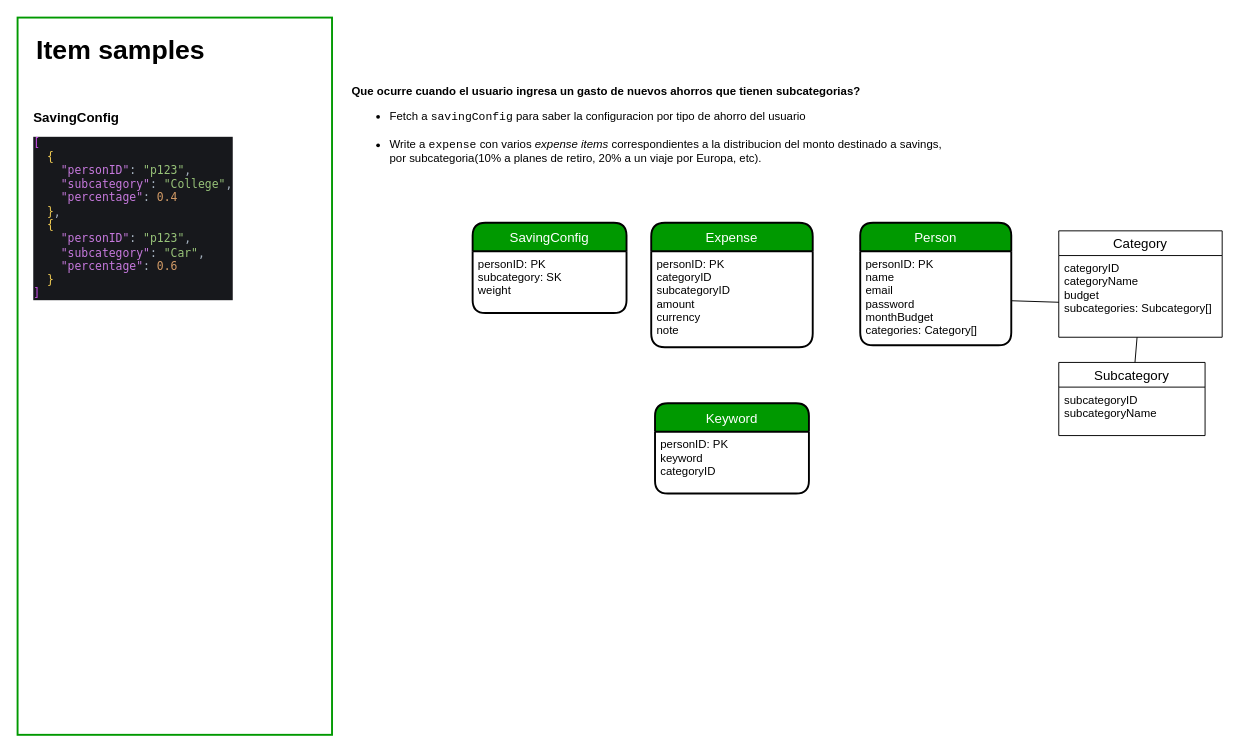
Before: money-diagrams.drawio in JoelD7/money, a draw.io diagram. Source tidied: cells renumbered, new cells numbered last; positions are measured from the earlier drawing's top-left corner, leaving out a move shared by most shapes. Both pictures are drawn from the tidied source at 95%, with x=0, y=0 at pixel (17, 17).
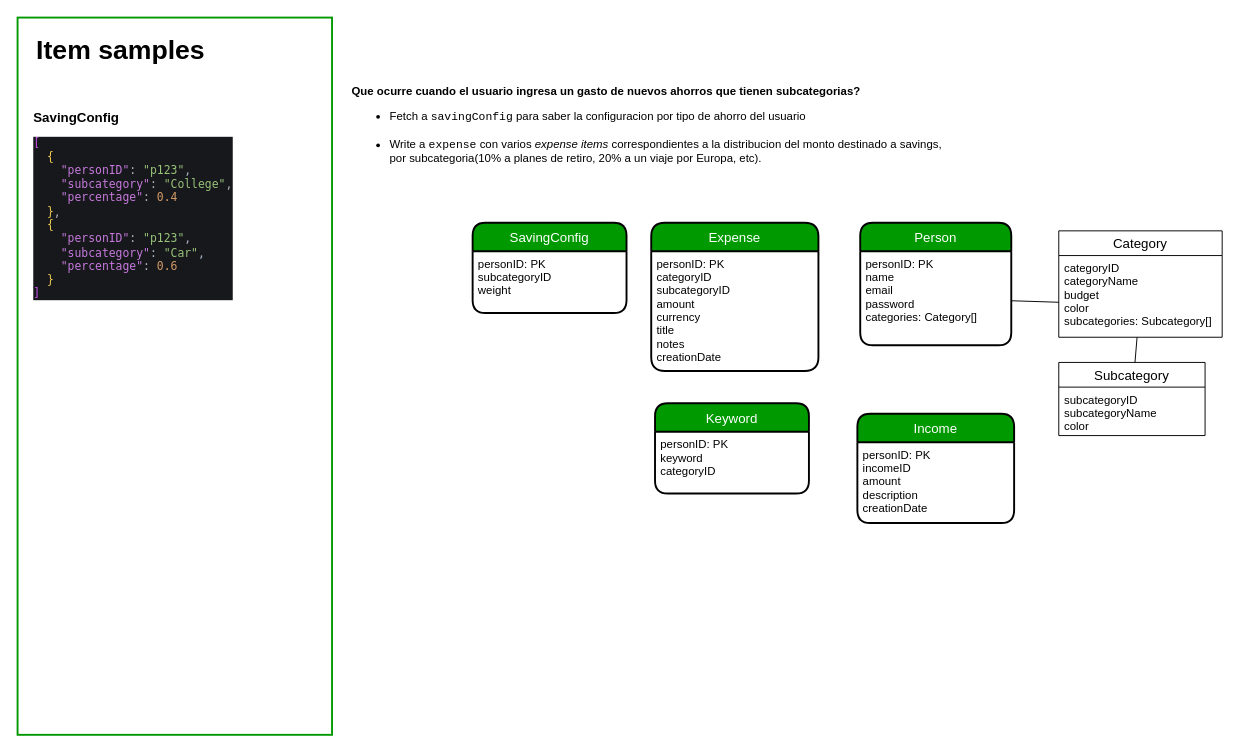
The same page after the edit.

Commit message:
Add Income entity to data model

The change refers to these unchanged cells:
```xml
<mxCell id="4" value="Person" style="swimlane;horizontal=1;startSize=30;rounded=1;fontSize=14;fontStyle=0;strokeWidth=2;shadow=0;dashed=0;align=center;fillColor=#009900;fontColor=#FFFFFF;" parent="1" vertex="1">
  <mxGeometry x="887" y="216" width="159" height="129" as="geometry" />
</mxCell>
<mxCell id="6" value="SavingConfig" style="swimlane;horizontal=1;startSize=30;rounded=1;fontSize=14;fontStyle=0;strokeWidth=2;shadow=0;dashed=0;align=center;fillColor=#009900;fontColor=#FFFFFF;" parent="1" vertex="1">
  <mxGeometry x="479" y="216" width="162" height="95" as="geometry" />
</mxCell>
<mxCell id="14" value="Category" style="swimlane;fontStyle=0;horizontal=1;startSize=26;align=center;fontSize=14;" parent="1" vertex="1">
  <mxGeometry x="1096" y="224.5" width="172" height="112" as="geometry" />
</mxCell>
<mxCell id="17" value="Subcategory" style="swimlane;fontStyle=0;horizontal=1;startSize=26;align=center;fontSize=14;" parent="1" vertex="1">
  <mxGeometry x="1096" y="363" width="154" height="77" as="geometry" />
</mxCell>
```

The edit, as a diff of the source:
```diff
@@
     <mxCell id="2" value="Expense" style="swimlane;horizontal=1;startSize=30;rounded=1;fontSize=14;fontStyle=0;strokeWidth=2;shadow=0;dashed=0;align=center;labelBackgroundColor=none;arcSize=16;labelBorderColor=none;swimlaneLine=1;swimlaneFillColor=none;gradientColor=none;gradientDirection=north;fillColor=#009900;fontColor=#FFFFFF;" parent="1" vertex="1">
-      <mxGeometry x="667" y="216" width="170" height="131" as="geometry" />
+      <mxGeometry x="667" y="216" width="176" height="156" as="geometry" />
     </mxCell>
-    <mxCell id="3" value="personID: PK&#10;categoryID&#10;subcategoryID&#10;amount&#10;currency&#10;note&#10;" style="align=left;strokeColor=none;fillColor=none;spacingLeft=4;fontSize=12;verticalAlign=top;" parent="2" vertex="1">
-      <mxGeometry y="30" width="170" height="101" as="geometry" />
+    <mxCell id="3" value="personID: PK&#10;categoryID&#10;subcategoryID&#10;amount&#10;currency&#10;title&#10;notes&#10;creationDate" style="align=left;strokeColor=none;fillColor=none;spacingLeft=4;fontSize=12;verticalAlign=top;" parent="2" vertex="1">
+      <mxGeometry y="30" width="176" height="126" as="geometry" />
     </mxCell>
@@
-    <mxCell id="5" value="personID: PK&#10;name&#10;email&#10;password&#10;monthBudget&#10;categories: Category[]" style="align=left;strokeColor=none;fillColor=none;spacingLeft=4;fontSize=12;verticalAlign=top;" parent="4" vertex="1">
+    <mxCell id="5" value="personID: PK&#10;name&#10;email&#10;password        &#10;categories: Category[]" style="align=left;strokeColor=none;fillColor=none;spacingLeft=4;fontSize=12;verticalAlign=top;" parent="4" vertex="1">
       <mxGeometry y="30" width="159" height="99" as="geometry" />
     </mxCell>
@@
-    <mxCell id="7" value="personID: PK&#10;subcategory: SK&#10;weight" style="align=left;strokeColor=none;fillColor=none;spacingLeft=4;fontSize=12;verticalAlign=top;" parent="6" vertex="1">
+    <mxCell id="7" value="personID: PK&#10;subcategoryID&#10;weight" style="align=left;strokeColor=none;fillColor=none;spacingLeft=4;fontSize=12;verticalAlign=top;" parent="6" vertex="1">
       <mxGeometry y="30" width="162" height="65" as="geometry" />
     </mxCell>
@@
-    <mxCell id="15" value="categoryID&#10;categoryName&#10;budget&#10;subcategories: Subcategory[] " style="text;strokeColor=none;fillColor=none;spacingLeft=4;spacingRight=4;overflow=hidden;points=[[0,0.5],[1,0.5]];portConstraint=eastwest;fontSize=12;" parent="14" vertex="1">
+    <mxCell id="15" value="categoryID&#10;categoryName&#10;budget&#10;color&#10;subcategories: Subcategory[] " style="text;strokeColor=none;fillColor=none;spacingLeft=4;spacingRight=4;overflow=hidden;points=[[0,0.5],[1,0.5]];portConstraint=eastwest;fontSize=12;" parent="14" vertex="1">
       <mxGeometry y="26" width="172" height="86" as="geometry" />
     </mxCell>
@@
-    <mxCell id="18" value="subcategoryID&#10;subcategoryName" style="text;strokeColor=none;fillColor=none;spacingLeft=4;spacingRight=4;overflow=hidden;fontSize=12;" parent="17" vertex="1">
+    <mxCell id="18" value="subcategoryID&#10;subcategoryName&#10;color" style="text;strokeColor=none;fillColor=none;spacingLeft=4;spacingRight=4;overflow=hidden;fontSize=12;" parent="17" vertex="1">
       <mxGeometry y="26" width="154" height="51" as="geometry" />
     </mxCell>
@@
+    <mxCell id="20" value="Income" style="swimlane;horizontal=1;startSize=30;rounded=1;fontSize=14;fontStyle=0;strokeWidth=2;shadow=0;dashed=0;align=center;fillColor=#009900;fontColor=#FFFFFF;" parent="1" vertex="1">
+      <mxGeometry x="884" y="417" width="165" height="115" as="geometry" />
+    </mxCell>
+    <mxCell id="21" value="personID: PK&#10;incomeID&#10;amount&#10;description&#10;creationDate" style="align=left;strokeColor=none;fillColor=none;spacingLeft=4;fontSize=12;verticalAlign=top;" parent="20" vertex="1">
+      <mxGeometry y="30" width="165" height="85" as="geometry" />
+    </mxCell>
```
